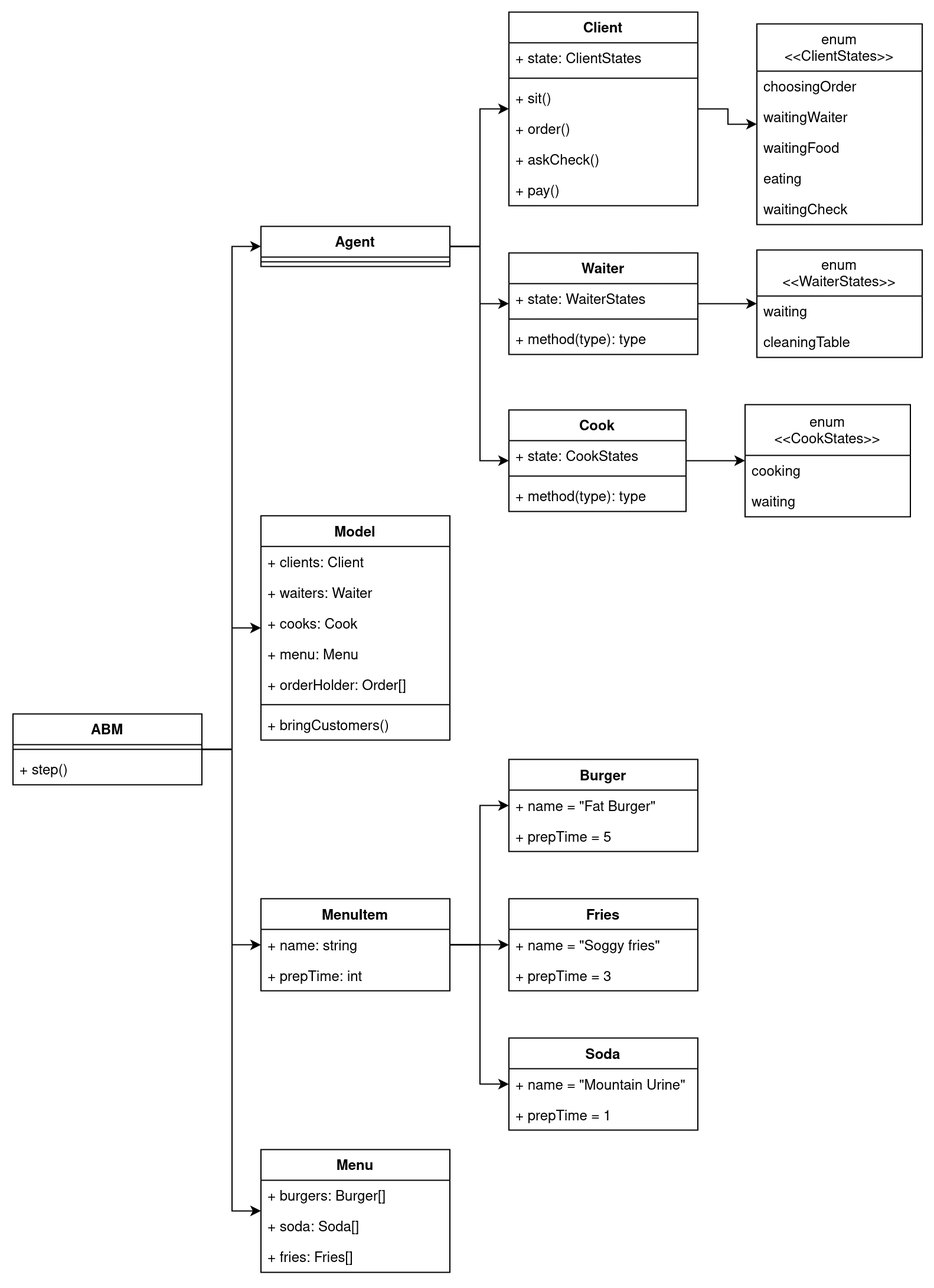
This is img/classes.png from shunlog/OOP_lab_5, a draw.io export, as it was before one commit. Source tidied: cells renumbered, new cells last; positions are measured from the earlier drawing's top-left corner, leaving out a move shared by most shapes.
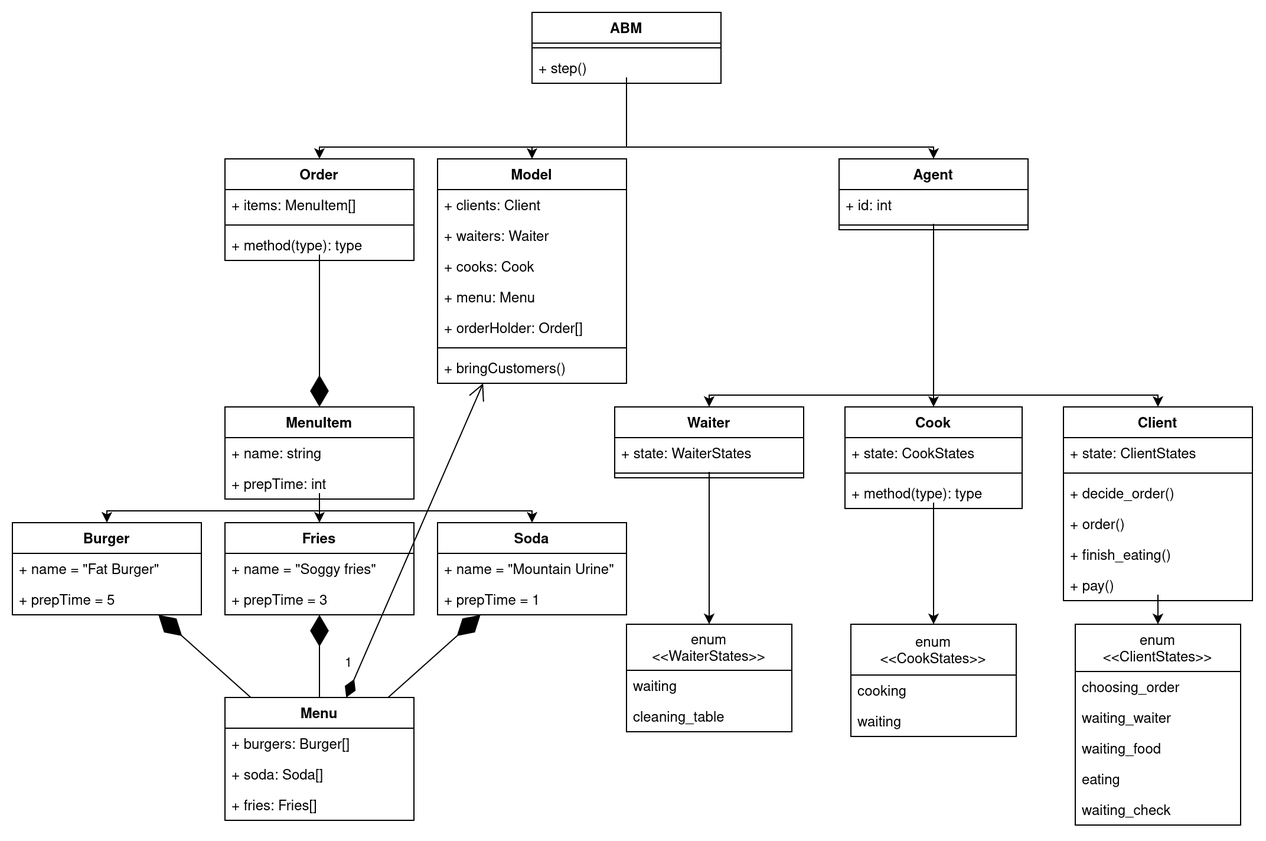
After the change.

Commit message:
add model description in readme

The edit, as a diff of the source:
```diff
@@ -5,11 +5,11 @@
     <mxCell id="2" value="enum&#10;&lt;&lt;ClientStates&gt;&gt;" style="swimlane;fontStyle=0;horizontal=1;startSize=40;fillColor=none;" parent="1" vertex="1">
-      <mxGeometry x="630.5" y="9.7" width="140" height="170" as="geometry" />
+      <mxGeometry x="-422" y="217" width="140" height="170" as="geometry" />
     </mxCell>
-    <mxCell id="3" value="choosingOrder" style="text;strokeColor=none;fillColor=none;align=left;verticalAlign=top;spacingLeft=4;spacingRight=4;overflow=hidden;" parent="2" vertex="1">
+    <mxCell id="3" value="choosing_order" style="text;strokeColor=none;fillColor=none;align=left;verticalAlign=top;spacingLeft=4;spacingRight=4;overflow=hidden;" parent="2" vertex="1">
       <mxGeometry y="40" width="140" height="26" as="geometry" />
     </mxCell>
-    <mxCell id="4" value="waitingWaiter" style="text;strokeColor=none;fillColor=none;align=left;verticalAlign=top;spacingLeft=4;spacingRight=4;overflow=hidden;" parent="2" vertex="1">
+    <mxCell id="4" value="waiting_waiter" style="text;strokeColor=none;fillColor=none;align=left;verticalAlign=top;spacingLeft=4;spacingRight=4;overflow=hidden;" parent="2" vertex="1">
       <mxGeometry y="66" width="140" height="26" as="geometry" />
     </mxCell>
-    <mxCell id="5" value="waitingFood" style="text;strokeColor=none;fillColor=none;align=left;verticalAlign=top;spacingLeft=4;spacingRight=4;overflow=hidden;" parent="2" vertex="1">
+    <mxCell id="5" value="waiting_food" style="text;strokeColor=none;fillColor=none;align=left;verticalAlign=top;spacingLeft=4;spacingRight=4;overflow=hidden;" parent="2" vertex="1">
       <mxGeometry y="92" width="140" height="26" as="geometry" />
@@ -19,10 +19,15 @@
     </mxCell>
-    <mxCell id="7" value="waitingCheck" style="text;strokeColor=none;fillColor=none;align=left;verticalAlign=top;spacingLeft=4;spacingRight=4;overflow=hidden;" parent="2" vertex="1">
+    <mxCell id="7" value="waiting_check" style="text;strokeColor=none;fillColor=none;align=left;verticalAlign=top;spacingLeft=4;spacingRight=4;overflow=hidden;" parent="2" vertex="1">
       <mxGeometry y="144" width="140" height="26" as="geometry" />
     </mxCell>
-    <mxCell id="8" style="rounded=0;jettySize=auto;html=1;edgeStyle=elbowEdgeStyle;" parent="1" edge="1" source="9" target="2">
-      <mxGeometry relative="1" as="geometry" />
+    <mxCell id="8" style="rounded=0;jettySize=auto;html=1;edgeStyle=orthogonalEdgeStyle;noEdgeStyle=1;" parent="1" edge="1" source="9" target="2">
+      <mxGeometry relative="1" as="geometry">
+        <Array as="points">
+          <mxPoint x="-352" y="192" />
+          <mxPoint x="-352" y="212" />
+        </Array>
+      </mxGeometry>
     </mxCell>
     <mxCell id="9" value="Client" style="swimlane;fontStyle=1;align=center;verticalAlign=top;horizontal=1;startSize=26;" parent="1" vertex="1">
-      <mxGeometry x="420.5" y="-0.3" width="160" height="164" as="geometry" />
+      <mxGeometry x="-432" y="33" width="160" height="164" as="geometry" />
     </mxCell>
@@ -34,3 +39,3 @@
     </mxCell>
-    <mxCell id="12" value="+ sit()" style="text;strokeColor=none;fillColor=none;align=left;verticalAlign=top;spacingLeft=4;spacingRight=4;overflow=hidden;" parent="9" vertex="1">
+    <mxCell id="12" value="+ decide_order()" style="text;strokeColor=none;fillColor=none;align=left;verticalAlign=top;spacingLeft=4;spacingRight=4;overflow=hidden;" parent="9" vertex="1">
       <mxGeometry y="60" width="160" height="26" as="geometry" />
@@ -40,3 +45,3 @@
     </mxCell>
-    <mxCell id="14" value="+ askCheck()" style="text;strokeColor=none;fillColor=none;align=left;verticalAlign=top;spacingLeft=4;spacingRight=4;overflow=hidden;" parent="9" vertex="1">
+    <mxCell id="14" value="+ finish_eating()" style="text;strokeColor=none;fillColor=none;align=left;verticalAlign=top;spacingLeft=4;spacingRight=4;overflow=hidden;" parent="9" vertex="1">
       <mxGeometry y="112" width="160" height="26" as="geometry" />
@@ -47,3 +52,3 @@
     <mxCell id="16" value="Model" style="swimlane;fontStyle=1;align=center;verticalAlign=top;horizontal=1;startSize=26;" parent="1" vertex="1">
-      <mxGeometry x="210.5" y="426.4" width="160" height="190" as="geometry" />
+      <mxGeometry x="-962" y="-177" width="160" height="190" as="geometry" />
     </mxCell>
@@ -70,28 +75,63 @@
     </mxCell>
-    <mxCell id="24" style="rounded=0;jettySize=auto;html=1;edgeStyle=elbowEdgeStyle;" parent="1" edge="1" source="26" target="9">
-      <mxGeometry relative="1" as="geometry" />
+    <mxCell id="24" style="rounded=0;jettySize=auto;html=1;edgeStyle=orthogonalEdgeStyle;noEdgeStyle=1;" parent="1" edge="1" source="26" target="9">
+      <mxGeometry relative="1" as="geometry">
+        <Array as="points">
+          <mxPoint x="-542" y="-122" />
+          <mxPoint x="-542" y="23" />
+          <mxPoint x="-352" y="23" />
+          <mxPoint x="-352" y="28" />
+        </Array>
+      </mxGeometry>
     </mxCell>
-    <mxCell id="25" style="rounded=0;jettySize=auto;html=1;edgeStyle=elbowEdgeStyle;" parent="1" edge="1" source="26" target="36">
-      <mxGeometry relative="1" as="geometry" />
+    <mxCell id="25" style="rounded=0;jettySize=auto;html=1;edgeStyle=orthogonalEdgeStyle;noEdgeStyle=1;" parent="1" edge="1" source="26" target="36">
+      <mxGeometry relative="1" as="geometry">
+        <Array as="points">
+          <mxPoint x="-542" y="-122" />
+          <mxPoint x="-542" y="23" />
+          <mxPoint x="-732" y="23" />
+          <mxPoint x="-732" y="28" />
+        </Array>
+      </mxGeometry>
     </mxCell>
     <mxCell id="26" value="Agent" style="swimlane;fontStyle=1;align=center;verticalAlign=top;horizontal=1;startSize=26;" parent="1" vertex="1">
-      <mxGeometry x="210.5" y="181.2" width="160" height="34" as="geometry" />
+      <mxGeometry x="-622" y="-177" width="160" height="60" as="geometry" />
     </mxCell>
+    <mxCell id="71" value="+ id: int" style="text;strokeColor=none;fillColor=none;align=left;verticalAlign=top;spacingLeft=4;spacingRight=4;overflow=hidden;" parent="26" vertex="1">
+      <mxGeometry y="26" width="160" height="26" as="geometry" />
+    </mxCell>
     <mxCell id="27" style="line;strokeWidth=1;fillColor=none;align=left;verticalAlign=middle;spacingTop=-1;spacingLeft=3;spacingRight=3;labelPosition=right;strokeColor=inherit;" parent="26" vertex="1">
-      <mxGeometry y="26" width="160" height="8" as="geometry" />
+      <mxGeometry y="52" width="160" height="8" as="geometry" />
     </mxCell>
-    <mxCell id="28" style="rounded=0;jettySize=auto;html=1;edgeStyle=elbowEdgeStyle;" parent="1" edge="1" source="32" target="26">
-      <mxGeometry relative="1" as="geometry" />
+    <mxCell id="28" style="rounded=0;jettySize=auto;html=1;edgeStyle=orthogonalEdgeStyle;noEdgeStyle=1;" parent="1" edge="1" source="32" target="26">
+      <mxGeometry relative="1" as="geometry">
+        <Array as="points">
+          <mxPoint x="-802" y="-246" />
+          <mxPoint x="-802" y="-187" />
+          <mxPoint x="-542" y="-187" />
+          <mxPoint x="-542" y="-182" />
+        </Array>
+      </mxGeometry>
     </mxCell>
-    <mxCell id="29" style="rounded=0;jettySize=auto;html=1;edgeStyle=elbowEdgeStyle;" parent="1" edge="1" source="32" target="16">
-      <mxGeometry relative="1" as="geometry" />
+    <mxCell id="29" style="rounded=0;jettySize=auto;html=1;edgeStyle=orthogonalEdgeStyle;noEdgeStyle=1;" parent="1" edge="1" source="32" target="16">
+      <mxGeometry relative="1" as="geometry">
+        <Array as="points">
+          <mxPoint x="-802" y="-246" />
+          <mxPoint x="-802" y="-187" />
+          <mxPoint x="-882" y="-187" />
+          <mxPoint x="-882" y="-182" />
+        </Array>
+      </mxGeometry>
     </mxCell>
-    <mxCell id="30" style="rounded=0;jettySize=auto;html=1;fontFamily=Helvetica;fontSize=12;fontColor=default;startSize=26;edgeStyle=elbowEdgeStyle;" parent="1" edge="1" source="32" target="55">
-      <mxGeometry relative="1" as="geometry" />
-    </mxCell>
-    <mxCell id="31" style="rounded=0;jettySize=auto;html=1;fontFamily=Helvetica;fontSize=12;fontColor=default;startSize=26;edgeStyle=elbowEdgeStyle;" parent="1" edge="1" source="32" target="58">
-      <mxGeometry relative="1" as="geometry" />
-    </mxCell>
+    <mxCell id="72" style="edgeStyle=orthogonalEdgeStyle;rounded=0;jettySize=auto;html=1;noEdgeStyle=1;" parent="1" edge="1" source="32" target="76">
+      <mxGeometry relative="1" as="geometry">
+        <Array as="points">
+          <mxPoint x="-802" y="-246" />
+          <mxPoint x="-802" y="-187" />
+          <mxPoint x="-1062" y="-187" />
+          <mxPoint x="-1062" y="-182" />
+        </Array>
+      </mxGeometry>
+    </mxCell>
     <mxCell id="32" value="ABM" style="swimlane;fontStyle=1;align=center;verticalAlign=top;horizontal=1;startSize=26;" parent="1" vertex="1">
-      <mxGeometry x="0.5" y="594.2" width="160" height="60" as="geometry" />
+      <mxGeometry x="-882" y="-301" width="160" height="60" as="geometry" />
     </mxCell>
@@ -103,7 +143,12 @@
     </mxCell>
-    <mxCell id="35" style="rounded=0;jettySize=auto;html=1;fontFamily=Helvetica;fontSize=12;fontColor=default;startSize=26;edgeStyle=elbowEdgeStyle;" parent="1" edge="1" source="36" target="46">
-      <mxGeometry relative="1" as="geometry" />
+    <mxCell id="35" style="rounded=0;jettySize=auto;html=1;fontFamily=Helvetica;fontSize=12;fontColor=default;startSize=26;edgeStyle=orthogonalEdgeStyle;noEdgeStyle=1;" parent="1" edge="1" source="36" target="46">
+      <mxGeometry relative="1" as="geometry">
+        <Array as="points">
+          <mxPoint x="-732" y="88" />
+          <mxPoint x="-732" y="212" />
+        </Array>
+      </mxGeometry>
     </mxCell>
     <mxCell id="36" value="Waiter" style="swimlane;fontStyle=1;align=center;verticalAlign=top;horizontal=1;startSize=26;" parent="1" vertex="1">
-      <mxGeometry x="420.5" y="203.7" width="160" height="86" as="geometry" />
+      <mxGeometry x="-812" y="33" width="160" height="60" as="geometry" />
     </mxCell>
@@ -115,10 +160,12 @@
     </mxCell>
-    <mxCell id="39" value="+ method(type): type" style="text;strokeColor=none;fillColor=none;align=left;verticalAlign=top;spacingLeft=4;spacingRight=4;overflow=hidden;" parent="36" vertex="1">
-      <mxGeometry y="60" width="160" height="26" as="geometry" />
-    </mxCell>
-    <mxCell id="40" style="rounded=0;jettySize=auto;html=1;fontFamily=Helvetica;fontSize=12;fontColor=default;startSize=26;edgeStyle=elbowEdgeStyle;" parent="1" edge="1" source="41" target="49">
-      <mxGeometry relative="1" as="geometry" />
+    <mxCell id="40" style="rounded=0;jettySize=auto;html=1;fontFamily=Helvetica;fontSize=12;fontColor=default;startSize=26;edgeStyle=orthogonalEdgeStyle;noEdgeStyle=1;" parent="1" edge="1" source="41" target="49">
+      <mxGeometry relative="1" as="geometry">
+        <Array as="points">
+          <mxPoint x="-542" y="114" />
+          <mxPoint x="-542" y="212" />
+        </Array>
+      </mxGeometry>
     </mxCell>
     <mxCell id="41" value="Cook" style="swimlane;fontStyle=1;align=center;verticalAlign=top;horizontal=1;startSize=26;strokeColor=default;fontFamily=Helvetica;fontSize=12;fontColor=default;fillColor=default;" parent="1" vertex="1">
-      <mxGeometry x="420.5" y="336.7" width="150" height="86" as="geometry" />
+      <mxGeometry x="-617" y="33" width="150" height="86" as="geometry" />
     </mxCell>
@@ -133,7 +180,13 @@
     </mxCell>
-    <mxCell id="45" style="rounded=0;jettySize=auto;html=1;fontFamily=Helvetica;fontSize=12;fontColor=default;startSize=26;edgeStyle=elbowEdgeStyle;" parent="1" edge="1" source="26" target="41">
-      <mxGeometry relative="1" as="geometry" />
+    <mxCell id="45" style="rounded=0;jettySize=auto;html=1;fontFamily=Helvetica;fontSize=12;fontColor=default;startSize=26;edgeStyle=orthogonalEdgeStyle;noEdgeStyle=1;" parent="1" edge="1" source="26" target="41">
+      <mxGeometry relative="1" as="geometry">
+        <Array as="points">
+          <mxPoint x="-542" y="-122" />
+          <mxPoint x="-542" y="23" />
+          <mxPoint x="-542" y="28" />
+        </Array>
+      </mxGeometry>
     </mxCell>
     <mxCell id="46" value="enum&#10;&lt;&lt;WaiterStates&gt;&gt;" style="swimlane;fontStyle=0;horizontal=1;startSize=39;fillColor=none;" parent="1" vertex="1">
-      <mxGeometry x="630.5" y="201.2" width="140" height="91" as="geometry" />
+      <mxGeometry x="-802" y="217" width="140" height="91" as="geometry" />
     </mxCell>
@@ -142,3 +195,3 @@
     </mxCell>
-    <mxCell id="48" value="cleaningTable" style="text;strokeColor=none;fillColor=none;align=left;verticalAlign=top;spacingLeft=4;spacingRight=4;overflow=hidden;" parent="46" vertex="1">
+    <mxCell id="48" value="cleaning_table" style="text;strokeColor=none;fillColor=none;align=left;verticalAlign=top;spacingLeft=4;spacingRight=4;overflow=hidden;" parent="46" vertex="1">
       <mxGeometry y="65" width="140" height="26" as="geometry" />
@@ -146,3 +199,3 @@
     <mxCell id="49" value="enum&#10;&lt;&lt;CookStates&gt;&gt;" style="swimlane;fontStyle=0;horizontal=1;startSize=43;fillColor=none;" parent="1" vertex="1">
-      <mxGeometry x="620.5" y="332.2" width="140" height="95" as="geometry" />
+      <mxGeometry x="-612" y="217" width="140" height="95" as="geometry" />
     </mxCell>
@@ -154,13 +207,33 @@
     </mxCell>
-    <mxCell id="52" style="rounded=0;jettySize=auto;html=1;fontFamily=Helvetica;fontSize=12;fontColor=default;startSize=26;edgeStyle=elbowEdgeStyle;" parent="1" edge="1" source="55" target="62">
-      <mxGeometry relative="1" as="geometry" />
+    <mxCell id="52" style="rounded=0;jettySize=auto;html=1;fontFamily=Helvetica;fontSize=12;fontColor=default;startSize=26;edgeStyle=orthogonalEdgeStyle;noEdgeStyle=1;" parent="1" edge="1" source="55" target="62">
+      <mxGeometry relative="1" as="geometry">
+        <Array as="points">
+          <mxPoint x="-1062" y="106" />
+          <mxPoint x="-1062" y="121" />
+          <mxPoint x="-1242" y="121" />
+          <mxPoint x="-1242" y="126" />
+        </Array>
+      </mxGeometry>
     </mxCell>
-    <mxCell id="53" style="rounded=0;jettySize=auto;html=1;fontFamily=Helvetica;fontSize=12;fontColor=default;startSize=26;edgeStyle=elbowEdgeStyle;" parent="1" edge="1" source="55" target="65">
-      <mxGeometry relative="1" as="geometry" />
+    <mxCell id="53" style="rounded=0;jettySize=auto;html=1;fontFamily=Helvetica;fontSize=12;fontColor=default;startSize=26;edgeStyle=orthogonalEdgeStyle;noEdgeStyle=1;" parent="1" edge="1" source="55" target="65">
+      <mxGeometry relative="1" as="geometry">
+        <Array as="points">
+          <mxPoint x="-1062" y="106" />
+          <mxPoint x="-1062" y="121" />
+          <mxPoint x="-1062" y="126" />
+        </Array>
+      </mxGeometry>
     </mxCell>
-    <mxCell id="54" style="rounded=0;jettySize=auto;html=1;fontFamily=Helvetica;fontSize=12;fontColor=default;startSize=26;edgeStyle=elbowEdgeStyle;" parent="1" edge="1" source="55" target="68">
-      <mxGeometry relative="1" as="geometry" />
+    <mxCell id="54" style="rounded=0;jettySize=auto;html=1;fontFamily=Helvetica;fontSize=12;fontColor=default;startSize=26;edgeStyle=orthogonalEdgeStyle;noEdgeStyle=1;" parent="1" edge="1" source="55" target="68">
+      <mxGeometry relative="1" as="geometry">
+        <Array as="points">
+          <mxPoint x="-1062" y="106" />
+          <mxPoint x="-1062" y="121" />
+          <mxPoint x="-882" y="121" />
+          <mxPoint x="-882" y="126" />
+        </Array>
+      </mxGeometry>
     </mxCell>
     <mxCell id="55" value="MenuItem" style="swimlane;fontStyle=1;align=center;verticalAlign=top;horizontal=1;startSize=26;strokeColor=default;fontFamily=Helvetica;fontSize=12;fontColor=default;fillColor=default;" parent="1" vertex="1">
-      <mxGeometry x="210.5" y="750.8" width="160" height="78" as="geometry" />
+      <mxGeometry x="-1142" y="33" width="160" height="78" as="geometry" />
     </mxCell>
@@ -173,3 +246,3 @@
     <mxCell id="58" value="Menu" style="swimlane;fontStyle=1;align=center;verticalAlign=top;horizontal=1;startSize=26;strokeColor=default;fontFamily=Helvetica;fontSize=12;fontColor=default;fillColor=default;" parent="1" vertex="1">
-      <mxGeometry x="210.5" y="963.2" width="160" height="104" as="geometry" />
+      <mxGeometry x="-1142" y="279" width="160" height="104" as="geometry" />
     </mxCell>
@@ -185,3 +258,3 @@
     <mxCell id="62" value="Burger" style="swimlane;fontStyle=1;align=center;verticalAlign=top;horizontal=1;startSize=26;strokeColor=default;fontFamily=Helvetica;fontSize=12;fontColor=default;fillColor=default;" parent="1" vertex="1">
-      <mxGeometry x="420.5" y="632.8" width="160" height="78" as="geometry" />
+      <mxGeometry x="-1322" y="131" width="160" height="78" as="geometry" />
     </mxCell>
@@ -194,3 +267,3 @@
     <mxCell id="65" value="Fries" style="swimlane;fontStyle=1;align=center;verticalAlign=top;horizontal=1;startSize=26;strokeColor=default;fontFamily=Helvetica;fontSize=12;fontColor=default;fillColor=default;" parent="1" vertex="1">
-      <mxGeometry x="420.5" y="750.8" width="160" height="78" as="geometry" />
+      <mxGeometry x="-1142" y="131" width="160" height="78" as="geometry" />
     </mxCell>
@@ -203,3 +276,3 @@
     <mxCell id="68" value="Soda" style="swimlane;fontStyle=1;align=center;verticalAlign=top;horizontal=1;startSize=26;strokeColor=default;fontFamily=Helvetica;fontSize=12;fontColor=default;fillColor=default;" parent="1" vertex="1">
-      <mxGeometry x="420.5" y="868.8" width="160" height="78" as="geometry" />
+      <mxGeometry x="-962" y="131" width="160" height="78" as="geometry" />
     </mxCell>
@@ -211,2 +284,34 @@
     </mxCell>
+    <mxCell id="73" style="endArrow=diamondThin;endFill=1;endSize=24;html=1;rounded=0;edgeStyle=elbowEdgeStyle;noEdgeStyle=1;" parent="1" edge="1" source="58" target="62">
+      <mxGeometry relative="1" as="geometry" />
+    </mxCell>
+    <mxCell id="74" style="endArrow=diamondThin;endFill=1;endSize=24;html=1;rounded=0;edgeStyle=elbowEdgeStyle;noEdgeStyle=1;" parent="1" edge="1" source="58" target="65">
+      <mxGeometry relative="1" as="geometry" />
+    </mxCell>
+    <mxCell id="75" style="endArrow=diamondThin;endFill=1;endSize=24;html=1;rounded=0;edgeStyle=elbowEdgeStyle;noEdgeStyle=1;" parent="1" edge="1" source="58" target="68">
+      <mxGeometry relative="1" as="geometry" />
+    </mxCell>
+    <mxCell id="76" value="Order" style="swimlane;fontStyle=1;align=center;verticalAlign=top;horizontal=1;startSize=26;" parent="1" vertex="1">
+      <mxGeometry x="-1142" y="-177" width="160" height="86" as="geometry" />
+    </mxCell>
+    <mxCell id="77" value="+ items: MenuItem[]" style="text;strokeColor=none;fillColor=none;align=left;verticalAlign=top;spacingLeft=4;spacingRight=4;overflow=hidden;" parent="76" vertex="1">
+      <mxGeometry y="26" width="160" height="26" as="geometry" />
+    </mxCell>
+    <mxCell id="78" style="line;strokeWidth=1;fillColor=none;align=left;verticalAlign=middle;spacingTop=-1;spacingLeft=3;spacingRight=3;labelPosition=right;strokeColor=inherit;" parent="76" vertex="1">
+      <mxGeometry y="52" width="160" height="8" as="geometry" />
+    </mxCell>
+    <mxCell id="39" value="+ method(type): type" style="text;strokeColor=none;fillColor=none;align=left;verticalAlign=top;spacingLeft=4;spacingRight=4;overflow=hidden;" parent="76" vertex="1">
+      <mxGeometry y="60" width="160" height="26" as="geometry" />
+    </mxCell>
+    <mxCell id="79" style="endArrow=diamondThin;endFill=1;endSize=24;html=1;rounded=0;edgeStyle=orthogonalEdgeStyle;noEdgeStyle=1;" parent="1" edge="1" source="76" target="55">
+      <mxGeometry relative="1" as="geometry">
+        <Array as="points">
+          <mxPoint x="-1062" y="-96" />
+          <mxPoint x="-1062" y="28" />
+        </Array>
+      </mxGeometry>
+    </mxCell>
+    <mxCell id="80" value="1" style="endArrow=open;html=1;endSize=12;startArrow=diamondThin;startSize=14;startFill=1;edgeStyle=elbowEdgeStyle;align=left;verticalAlign=bottom;rounded=0;noEdgeStyle=1;" parent="1" edge="1" source="58" target="16">
+      <mxGeometry x="-0.88" y="10" relative="1" as="geometry" />
+    </mxCell>
   </root>
```
